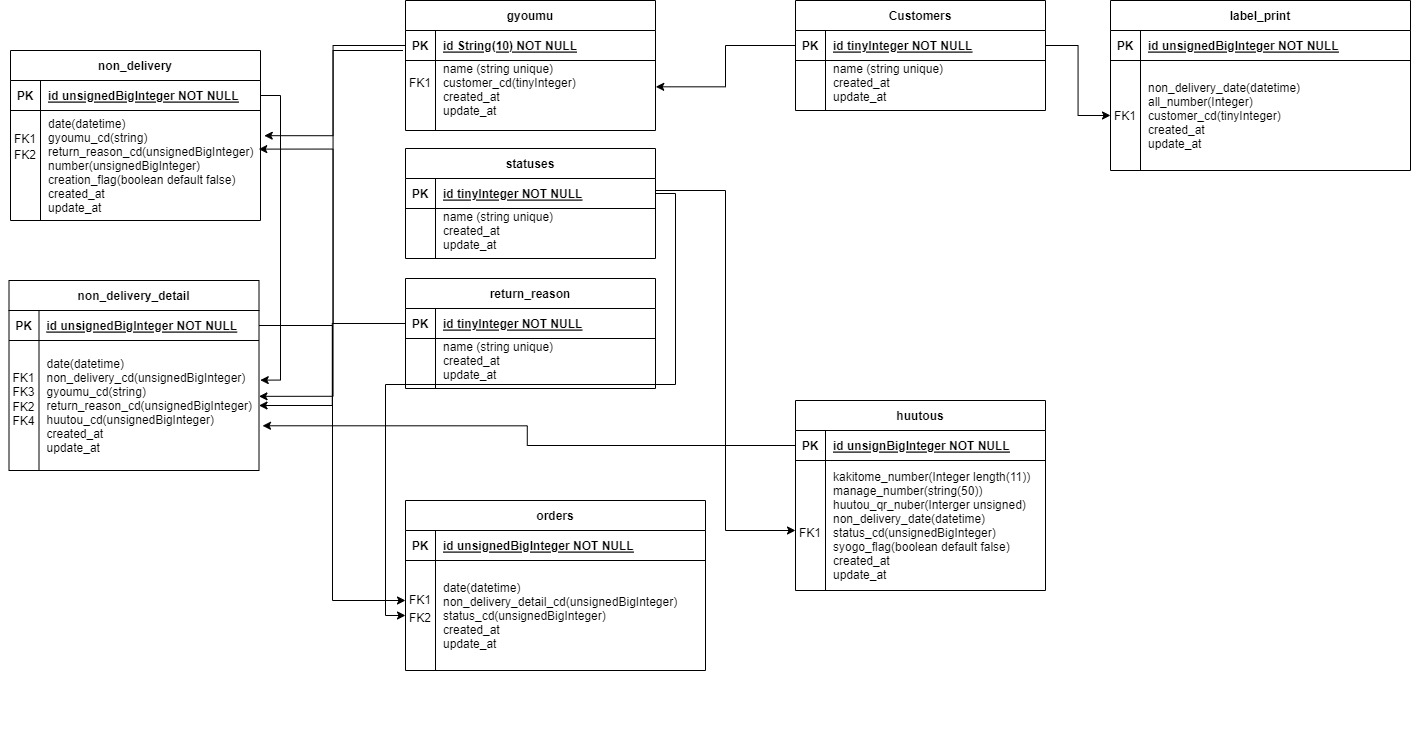
supersuga1017/portfolio_suga_yuki keeps this draw.io diagram as er.drawio.png. Above is the earlier version. Source tidied: cells renumbered, new cells last; positions are measured from the earlier drawing's top-left corner, leaving out a move shared by most shapes.
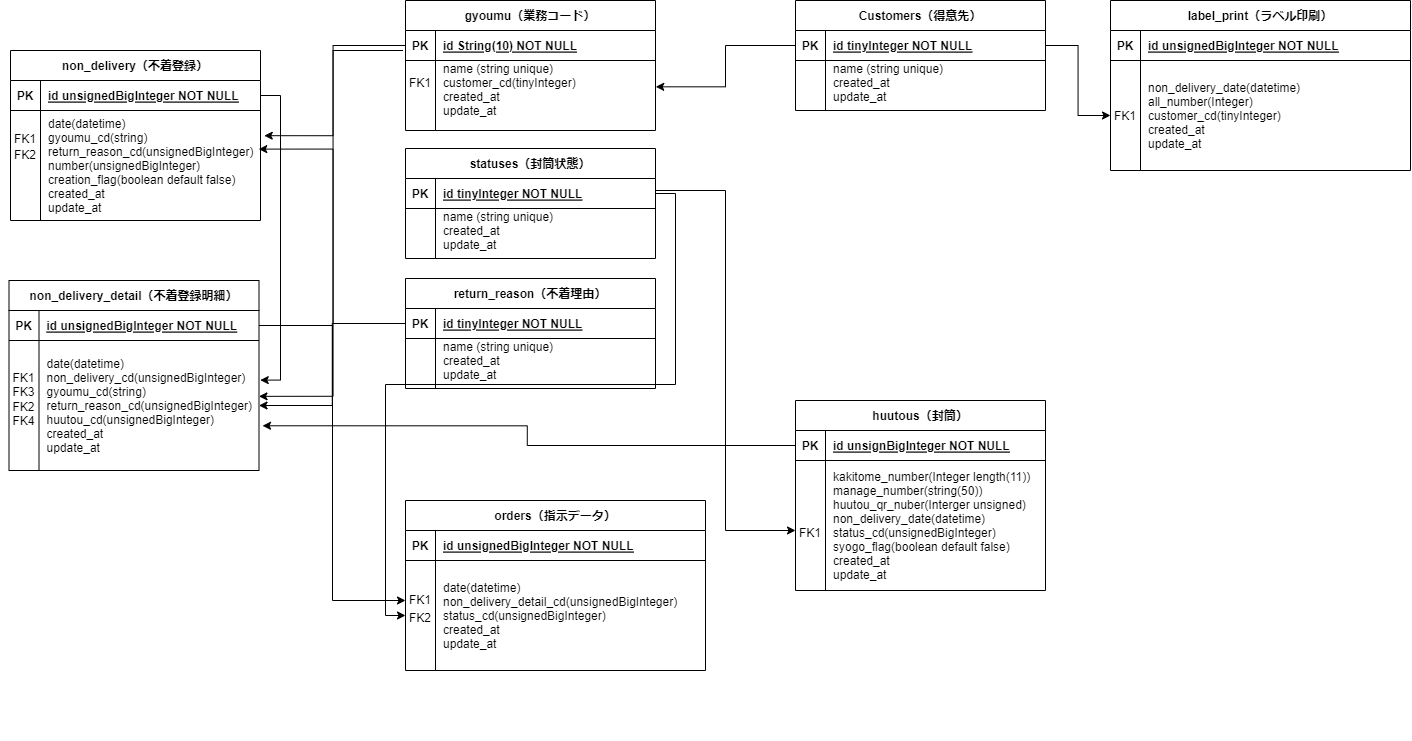
After the change.

Commit message:
er.drawio.png を追加しました。

Diff of the diagram source:
```diff
@@ -7,7 +7,7 @@
         <mxPoint x="1506" y="105" as="sourcePoint" />
       </mxGeometry>
     </mxCell>
-    <mxCell id="3" value="Customers" style="shape=table;startSize=30;rowLines=0;fontStyle=1;align=center;" parent="1" vertex="1">
+    <mxCell id="3" value="Customers（得意先）" style="shape=table;startSize=30;rowLines=0;fontStyle=1;align=center;" parent="1" vertex="1">
       <mxGeometry x="796" width="250" height="110" as="geometry" />
     </mxCell>
     <mxCell id="4" style="shape=partialRectangle;fillColor=none;points=[[0,0.5],[1,0.5]];portConstraint=eastwest;top=0;left=0;right=0;bottom=1;" parent="3" vertex="1">
@@ -28,7 +28,7 @@
     <mxCell id="9" value="name (string unique)&#10;created_at&#10;update_at&#10;" style="shape=partialRectangle;overflow=hidden;fillColor=none;top=0;left=0;bottom=0;right=0;align=left;spacingLeft=6;" parent="7" vertex="1">
       <mxGeometry x="30" width="220" height="50" as="geometry" />
     </mxCell>
-    <mxCell id="10" value="statuses" style="shape=table;startSize=30;rowLines=0;fontStyle=1;align=center;" parent="1" vertex="1">
+    <mxCell id="10" value="statuses（封筒状態）" style="shape=table;startSize=30;rowLines=0;fontStyle=1;align=center;" parent="1" vertex="1">
       <mxGeometry x="406" y="148" width="250" height="110" as="geometry" />
     </mxCell>
     <mxCell id="11" style="shape=partialRectangle;fillColor=none;points=[[0,0.5],[1,0.5]];portConstraint=eastwest;top=0;left=0;right=0;bottom=1;" parent="10" vertex="1">
@@ -49,7 +49,7 @@
     <mxCell id="16" value="name (string unique)&#10;created_at&#10;update_at&#10;" style="shape=partialRectangle;overflow=hidden;fillColor=none;top=0;left=0;bottom=0;right=0;align=left;spacingLeft=6;" parent="14" vertex="1">
       <mxGeometry x="30" width="220" height="50" as="geometry" />
     </mxCell>
-    <mxCell id="17" value="return_reason" style="shape=table;startSize=30;rowLines=0;fontStyle=1;align=center;" parent="1" vertex="1">
+    <mxCell id="17" value="return_reason（不着理由）" style="shape=table;startSize=30;rowLines=0;fontStyle=1;align=center;" parent="1" vertex="1">
       <mxGeometry x="406" y="278" width="250" height="110" as="geometry" />
     </mxCell>
     <mxCell id="18" style="shape=partialRectangle;fillColor=none;points=[[0,0.5],[1,0.5]];portConstraint=eastwest;top=0;left=0;right=0;bottom=1;" parent="17" vertex="1">
@@ -73,7 +73,7 @@
     <mxCell id="24" style="group;" parent="1" vertex="1">
       <mxGeometry x="406" width="250" height="130" as="geometry" />
     </mxCell>
-    <mxCell id="25" value="gyoumu" style="shape=table;startSize=30;rowLines=0;fontStyle=1;align=center;" parent="24" vertex="1">
+    <mxCell id="25" value="gyoumu（業務コード）" style="shape=table;startSize=30;rowLines=0;fontStyle=1;align=center;" parent="24" vertex="1">
       <mxGeometry width="250" height="130" as="geometry" />
     </mxCell>
     <mxCell id="26" style="shape=partialRectangle;fillColor=none;points=[[0,0.5],[1,0.5]];portConstraint=eastwest;top=0;left=0;right=0;bottom=1;" parent="25" vertex="1">
@@ -100,7 +100,7 @@
     <mxCell id="33" style="group;" parent="1" vertex="1">
       <mxGeometry x="1111" width="300" height="170" as="geometry" />
     </mxCell>
-    <mxCell id="34" value="label_print" style="shape=table;startSize=30;rowLines=0;fontStyle=1;align=center;" parent="33" vertex="1">
+    <mxCell id="34" value="label_print（ラベル印刷）" style="shape=table;startSize=30;rowLines=0;fontStyle=1;align=center;" parent="33" vertex="1">
       <mxGeometry width="300" height="170" as="geometry" />
     </mxCell>
     <mxCell id="35" style="shape=partialRectangle;fillColor=none;top=0;left=0;right=0;bottom=1;" parent="34" vertex="1">
@@ -127,7 +127,7 @@
     <mxCell id="42" style="group;" parent="1" vertex="1">
       <mxGeometry x="796" y="400" width="250" height="340" as="geometry" />
     </mxCell>
-    <mxCell id="43" value="huutous" style="shape=table;startSize=30;rowLines=0;fontStyle=1;align=center;" parent="42" vertex="1">
+    <mxCell id="43" value="huutous（封筒）" style="shape=table;startSize=30;rowLines=0;fontStyle=1;align=center;" parent="42" vertex="1">
       <mxGeometry width="250" height="190" as="geometry" />
     </mxCell>
     <mxCell id="44" style="shape=partialRectangle;fillColor=none;points=[[0,0.5],[1,0.5]];portConstraint=eastwest;top=0;left=0;right=0;bottom=1;" parent="43" vertex="1">
@@ -160,7 +160,7 @@
     <mxCell id="53" style="group;" parent="51" vertex="1">
       <mxGeometry x="9" width="250" height="190" as="geometry" />
     </mxCell>
-    <mxCell id="54" value="non_delivery_detail" style="shape=table;startSize=30;rowLines=0;fontStyle=1;align=center;" parent="53" vertex="1">
+    <mxCell id="54" value="non_delivery_detail（不着登録明細）" style="shape=table;startSize=30;rowLines=0;fontStyle=1;align=center;" parent="53" vertex="1">
       <mxGeometry width="250" height="190" as="geometry" />
     </mxCell>
     <mxCell id="55" style="shape=partialRectangle;fillColor=none;points=[[0,0.5],[1,0.5]];portConstraint=eastwest;top=0;left=0;right=0;bottom=1;" parent="54" vertex="1">
@@ -193,7 +193,7 @@
     <mxCell id="64" style="group;" parent="1" vertex="1">
       <mxGeometry x="11" y="50" width="250" height="170" as="geometry" />
     </mxCell>
-    <mxCell id="65" value="non_delivery" style="shape=table;startSize=30;rowLines=0;fontStyle=1;align=center;" parent="64" vertex="1">
+    <mxCell id="65" value="non_delivery（不着登録）" style="shape=table;startSize=30;rowLines=0;fontStyle=1;align=center;" parent="64" vertex="1">
       <mxGeometry width="250" height="170" as="geometry" />
     </mxCell>
     <mxCell id="66" style="shape=partialRectangle;fillColor=none;points=[[0,0.5],[1,0.5]];portConstraint=eastwest;top=0;left=0;right=0;bottom=1;" parent="65" vertex="1">
@@ -223,7 +223,7 @@
     <mxCell id="74" style="group;" parent="1" vertex="1">
       <mxGeometry x="406" y="500" width="300" height="170" as="geometry" />
     </mxCell>
-    <mxCell id="75" value="orders" style="shape=table;startSize=30;rowLines=0;fontStyle=1;align=center;" parent="74" vertex="1">
+    <mxCell id="75" value="orders（指示データ）" style="shape=table;startSize=30;rowLines=0;fontStyle=1;align=center;" parent="74" vertex="1">
       <mxGeometry width="300" height="170" as="geometry" />
     </mxCell>
     <mxCell id="76" style="shape=partialRectangle;fillColor=none;top=0;left=0;right=0;bottom=1;" parent="75" vertex="1">
```
